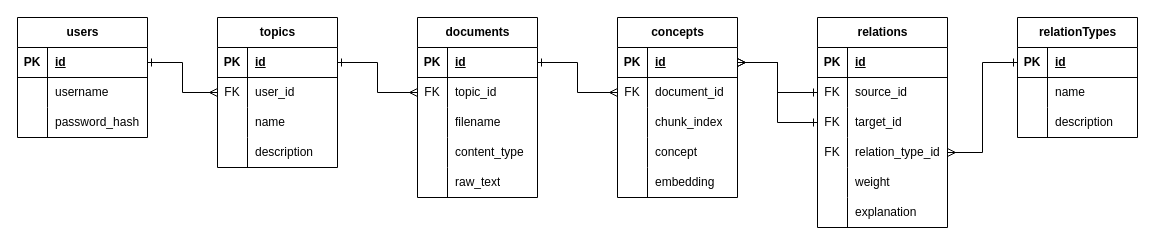
Before: misc/Database Diagram.drawio in gerardlke/Project-Onion, a draw.io diagram. Source tidied: cells renumbered, new cells numbered last; positions are measured from the earlier drawing's top-left corner, leaving out a move shared by most shapes. Both pictures are drawn from the tidied source at 100%, with x=0, y=0 at pixel (17, 17).
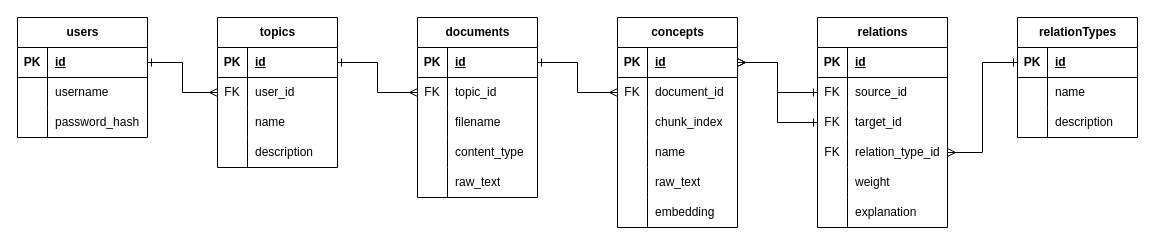
After the change.

Unchanged cells that the change refers to:
```xml
<mxCell id="38" style="shape=tableRow;horizontal=0;startSize=0;swimlaneHead=0;swimlaneBody=0;fillColor=none;top=0;left=0;right=0;bottom=0;" parent="28" vertex="1">
  <mxGeometry y="120" width="120" height="30" as="geometry" />
</mxCell>
```

Diff of the diagram source:
```diff
@@
     <mxCell id="28" value="concepts" style="shape=table;startSize=30;childLayout=tableLayout;rowLines=0;fontStyle=1;align=center;html=1;" parent="1" vertex="1">
-      <mxGeometry x="600" width="120" height="180" as="geometry" />
+      <mxGeometry x="600" width="120" height="210" as="geometry" />
     </mxCell>
@@
-    <mxCell id="40" value="concept" style="shape=partialRectangle;fillColor=none;top=0;left=0;bottom=0;right=0;align=left;spacingLeft=6;overflow=hidden;whiteSpace=wrap;html=1;" parent="38" vertex="1">
+    <mxCell id="40" value="name" style="shape=partialRectangle;fillColor=none;top=0;left=0;bottom=0;right=0;align=left;spacingLeft=6;overflow=hidden;whiteSpace=wrap;html=1;" parent="38" vertex="1">
       <mxGeometry x="30" width="90" height="30" as="geometry" />
     </mxCell>
+    <mxCell id="92" style="shape=tableRow;horizontal=0;startSize=0;swimlaneHead=0;swimlaneBody=0;fillColor=none;top=0;left=0;right=0;bottom=0;" parent="28" vertex="1">
+      <mxGeometry y="150" width="120" height="30" as="geometry" />
+    </mxCell>
+    <mxCell id="93" style="shape=partialRectangle;fillColor=none;top=0;left=0;bottom=0;right=0;overflow=hidden;whiteSpace=wrap;html=1;" parent="92" vertex="1">
+      <mxGeometry width="30" height="30" as="geometry" />
+    </mxCell>
+    <mxCell id="94" value="raw_text" style="shape=partialRectangle;fillColor=none;top=0;left=0;bottom=0;right=0;align=left;spacingLeft=6;overflow=hidden;whiteSpace=wrap;html=1;" parent="92" vertex="1">
+      <mxGeometry x="30" width="90" height="30" as="geometry" />
+    </mxCell>
     <mxCell id="41" style="shape=tableRow;horizontal=0;startSize=0;swimlaneHead=0;swimlaneBody=0;fillColor=none;top=0;left=0;right=0;bottom=0;" parent="28" vertex="1">
-      <mxGeometry y="150" width="120" height="30" as="geometry" />
+      <mxGeometry y="180" width="120" height="30" as="geometry" />
     </mxCell>
```
